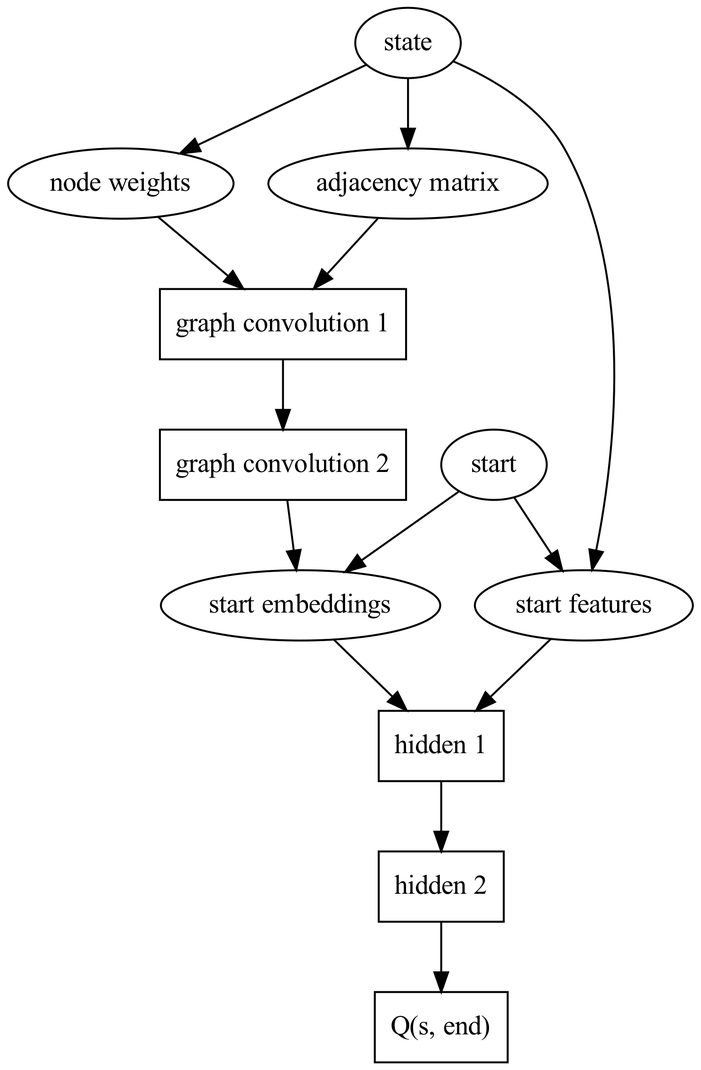
Before: doc/graphs/gcnn_end.png, a diagram exported from Graphviz (basictask/TrafficControl). Its source is kept beside it as doc/graphs/gcnn_end.dot. Its diagram source:
```dot
digraph "gcnn_action" {
    graph [dpi = 300];
    state [label = "state"]
    start [label = "start"]
    feat [label = "node weights"]
    adj [label = "adjacency matrix"]
    gc1 [label = "graph convolution 1", shape=box]
    gc2 [label = "graph convolution 2", shape=box]
    start_embeds [label = "start embeddings"]
    start_feats [label = "start features"]
    h1 [label = "hidden 1", shape=box]
    h2 [label = "hidden 2", shape=box]
    end_q [label = "Q(s, end)", shape=box]

    state -> feat
    state -> adj
    feat -> gc1
    adj -> gc1
    gc1 -> gc2
    gc2 -> start_embeds
    start -> start_embeds
    state -> start_feats
    start -> start_feats
    start_embeds -> h1
    start_feats -> h1
    h1 -> h2
    h2 -> end_q
}
```
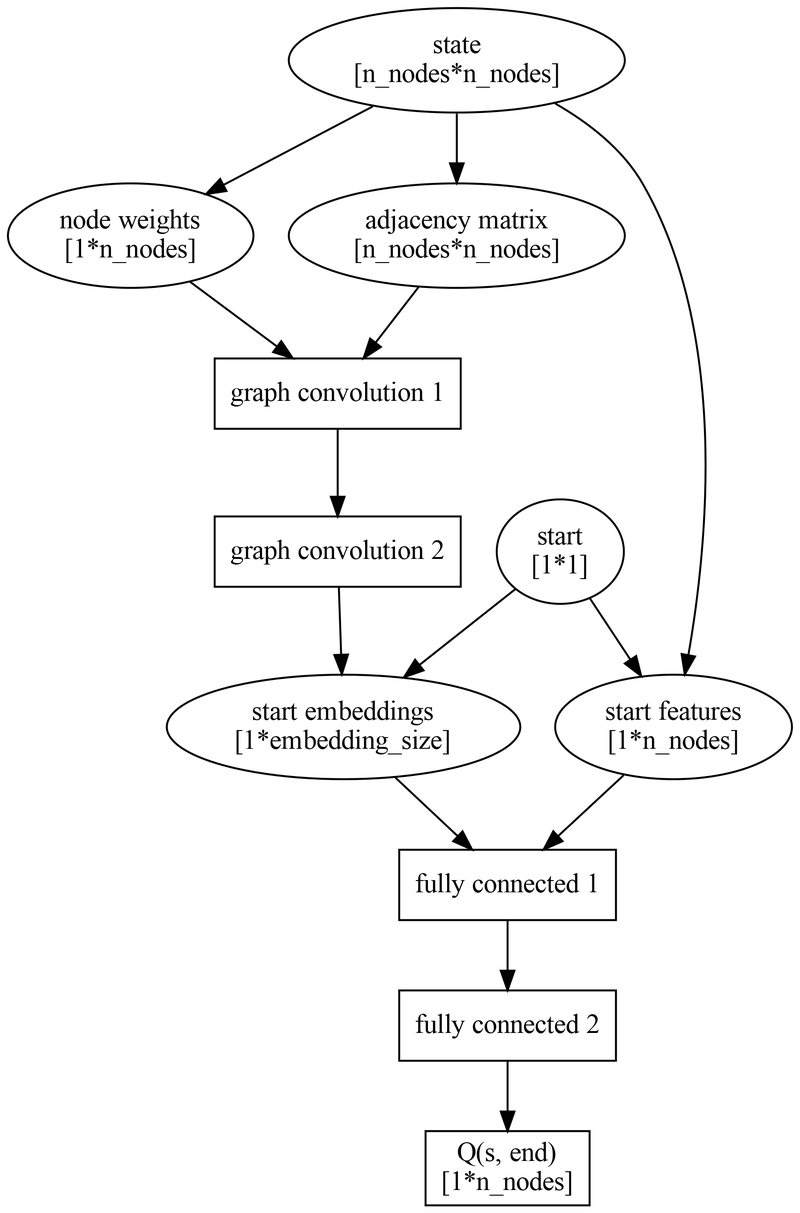
Later version of the same file.

Change to the diagram source:
```diff
@@ -1,16 +1,16 @@
 digraph "gcnn_action" {
     graph [dpi = 300];
-    state [label = "state"]
-    start [label = "start"]
-    feat [label = "node weights"]
-    adj [label = "adjacency matrix"]
+    state [label = "state\n[n_nodes*n_nodes]"]
+    start [label = "start\n[1*1]"]
+    feat [label = "node weights\n[1*n_nodes]"]
+    adj [label = "adjacency matrix\n[n_nodes*n_nodes]"]
     gc1 [label = "graph convolution 1", shape=box]
     gc2 [label = "graph convolution 2", shape=box]
-    start_embeds [label = "start embeddings"]
-    start_feats [label = "start features"]
-    h1 [label = "hidden 1", shape=box]
-    h2 [label = "hidden 2", shape=box]
-    end_q [label = "Q(s, end)", shape=box]
+    start_embeds [label = "start embeddings\n[1*embedding_size]"]
+    start_feats [label = "start features\n[1*n_nodes]"]
+    h1 [label = "fully connected 1", shape=box]
+    h2 [label = "fully connected 2", shape=box]
+    end_q [label = "Q(s, end)\n[1*n_nodes]", shape=box]
 
     state -> feat
     state -> adj
```
